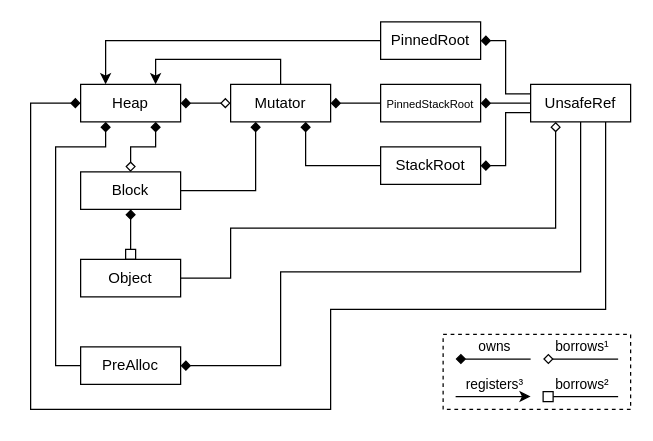
The draw.io diagram icicle-core/src/heap/diagram.drawio in zopsicle/snowflake, before the edit. Source tidied: cells renumbered, new cells numbered last; positions are measured from the earlier drawing's top-left corner, leaving out a move shared by most shapes. Both pictures are drawn from the tidied source at 125%, with x=0, y=0 at pixel (30, 21).
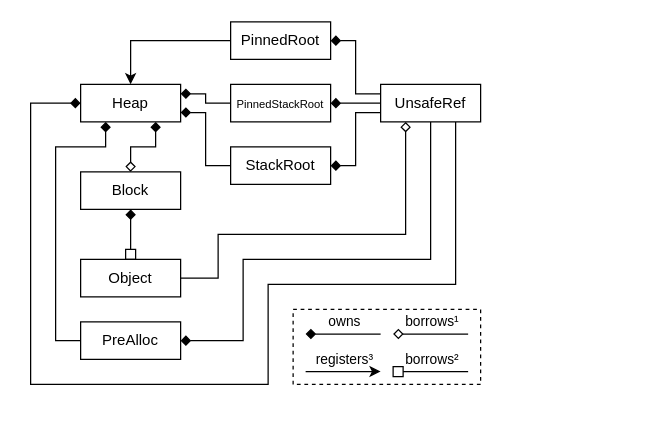
After the change.

Unchanged cells that the change refers to:
```xml
<mxCell id="2" value="Heap&lt;br&gt;" style="rounded=0;whiteSpace=wrap;html=1;align=center;verticalAlign=middle;fillColor=none;" parent="1" vertex="1">
  <mxGeometry x="40" y="50" width="80" height="30" as="geometry" />
</mxCell>
<mxCell id="14" value="Block" style="rounded=0;whiteSpace=wrap;html=1;align=center;verticalAlign=middle;fillColor=none;" parent="1" vertex="1">
  <mxGeometry x="40" y="120" width="80" height="30" as="geometry" />
</mxCell>
<mxCell id="15" value="Object" style="rounded=0;whiteSpace=wrap;html=1;align=center;verticalAlign=middle;fillColor=none;" parent="1" vertex="1">
  <mxGeometry x="40" y="190" width="80" height="30" as="geometry" />
</mxCell>
```

Diff of the diagram source:
```diff
@@
     <mxCell id="4" value="UnsafeRef" style="rounded=0;whiteSpace=wrap;html=1;align=center;verticalAlign=middle;fillColor=none;" parent="1" vertex="1">
-      <mxGeometry x="400" y="50" width="80" height="30" as="geometry" />
+      <mxGeometry x="280" y="50" width="80" height="30" as="geometry" />
     </mxCell>
     <mxCell id="5" value="PinnedRoot" style="rounded=0;whiteSpace=wrap;html=1;align=center;verticalAlign=middle;fillColor=none;" parent="1" vertex="1">
-      <mxGeometry x="280" width="80" height="30" as="geometry" />
+      <mxGeometry x="160" width="80" height="30" as="geometry" />
     </mxCell>
     <mxCell id="6" value="StackRoot" style="rounded=0;whiteSpace=wrap;html=1;align=center;verticalAlign=middle;fillColor=none;" parent="1" vertex="1">
-      <mxGeometry x="280" y="100" width="80" height="30" as="geometry" />
+      <mxGeometry x="160" y="100" width="80" height="30" as="geometry" />
     </mxCell>
@@
     <mxCell id="9" style="endArrow=none;html=1;rounded=0;elbow=vertical;entryX=1;entryY=0.5;entryDx=0;entryDy=0;startArrow=diamond;startFill=0;edgeStyle=orthogonalEdgeStyle;exitX=0.25;exitY=1;exitDx=0;exitDy=0;" parent="1" edge="1" source="4" target="15">
       <mxGeometry relative="1" as="geometry">
         <Array as="points">
-          <mxPoint x="420" y="165" />
-          <mxPoint x="160" y="165" />
-          <mxPoint x="160" y="205" />
+          <mxPoint x="300" y="170" />
+          <mxPoint x="150" y="170" />
+          <mxPoint x="150" y="205" />
         </Array>
       </mxGeometry>
     </mxCell>
-    <mxCell id="10" value="Mutator" style="rounded=0;whiteSpace=wrap;html=1;align=center;verticalAlign=middle;fillColor=none;" parent="1" vertex="1">
-      <mxGeometry x="160" y="50" width="80" height="30" as="geometry" />
-    </mxCell>
-    <mxCell id="11" style="endArrow=none;html=1;rounded=0;elbow=vertical;entryX=0;entryY=0.5;entryDx=0;entryDy=0;startArrow=diamond;startFill=1;exitX=0.75;exitY=1;exitDx=0;exitDy=0;edgeStyle=orthogonalEdgeStyle;" parent="1" edge="1" source="10" target="6">
+    <mxCell id="11" style="endArrow=none;html=1;rounded=0;elbow=vertical;entryX=0;entryY=0.5;entryDx=0;entryDy=0;startArrow=diamond;startFill=1;exitX=1;exitY=0.75;exitDx=0;exitDy=0;edgeStyle=orthogonalEdgeStyle;" parent="1" edge="1" source="2" target="6">
       <mxGeometry relative="1" as="geometry" />
     </mxCell>
-    <mxCell id="12" style="endArrow=diamond;html=1;rounded=0;elbow=vertical;entryX=0;entryY=0.5;entryDx=0;entryDy=0;startArrow=diamond;startFill=1;exitX=1;exitY=0.5;exitDx=0;exitDy=0;edgeStyle=orthogonalEdgeStyle;endFill=0;" parent="1" edge="1" source="2" target="10">
-      <mxGeometry relative="1" as="geometry" />
-    </mxCell>
-    <mxCell id="13" style="endArrow=none;html=1;rounded=0;elbow=vertical;entryX=0;entryY=0.5;entryDx=0;entryDy=0;startArrow=classic;startFill=1;exitX=0.25;exitY=0;exitDx=0;exitDy=0;edgeStyle=orthogonalEdgeStyle;endFill=0;" parent="1" edge="1" source="2" target="5">
+    <mxCell id="13" style="endArrow=none;html=1;rounded=0;elbow=vertical;entryX=0;entryY=0.5;entryDx=0;entryDy=0;startArrow=classic;startFill=1;exitX=0.5;exitY=0;exitDx=0;exitDy=0;edgeStyle=orthogonalEdgeStyle;endFill=0;" parent="1" edge="1" source="2" target="5">
       <mxGeometry relative="1" as="geometry" />
     </mxCell>
@@
-    <mxCell id="17" style="endArrow=diamond;html=1;rounded=0;elbow=vertical;entryX=0.25;entryY=1;entryDx=0;entryDy=0;startArrow=none;startFill=0;exitX=1;exitY=0.5;exitDx=0;exitDy=0;edgeStyle=orthogonalEdgeStyle;endFill=1;" parent="1" edge="1" source="14" target="10">
-      <mxGeometry relative="1" as="geometry" />
-    </mxCell>
     <mxCell id="18" style="endArrow=none;html=1;rounded=0;elbow=vertical;startArrow=diamond;startFill=1;endFill=0;" parent="1" edge="1">
       <mxGeometry relative="1" as="geometry">
-        <mxPoint x="340" y="269.7" as="sourcePoint" />
-        <mxPoint x="400" y="269.7" as="targetPoint" />
+        <mxPoint x="220" y="249.7" as="sourcePoint" />
+        <mxPoint x="280" y="249.7" as="targetPoint" />
       </mxGeometry>
     </mxCell>
@@
     <mxCell id="20" style="endArrow=none;html=1;rounded=0;elbow=vertical;startArrow=box;startFill=0;endFill=0;" parent="1" edge="1">
       <mxGeometry relative="1" as="geometry">
-        <mxPoint x="410" y="299.7" as="sourcePoint" />
-        <mxPoint x="470" y="299.7" as="targetPoint" />
+        <mxPoint x="290" y="279.7" as="sourcePoint" />
+        <mxPoint x="350" y="279.7" as="targetPoint" />
       </mxGeometry>
     </mxCell>
@@
     <mxCell id="22" style="endArrow=none;html=1;rounded=0;elbow=vertical;startArrow=diamond;startFill=0;endFill=0;" parent="1" edge="1">
       <mxGeometry relative="1" as="geometry">
-        <mxPoint x="410" y="269.7" as="sourcePoint" />
-        <mxPoint x="470" y="269.7" as="targetPoint" />
+        <mxPoint x="290" y="249.7" as="sourcePoint" />
+        <mxPoint x="350" y="249.7" as="targetPoint" />
       </mxGeometry>
     </mxCell>
@@
-    <mxCell id="24" style="endArrow=none;html=1;rounded=0;elbow=vertical;entryX=0.5;entryY=0;entryDx=0;entryDy=0;startArrow=classic;startFill=1;exitX=0.75;exitY=0;exitDx=0;exitDy=0;edgeStyle=orthogonalEdgeStyle;endFill=0;" parent="1" edge="1" source="2" target="10">
-      <mxGeometry relative="1" as="geometry">
-        <Array as="points">
-          <mxPoint x="100" y="30" />
-          <mxPoint x="200" y="30" />
-        </Array>
-      </mxGeometry>
-    </mxCell>
     <mxCell id="25" style="endArrow=classic;html=1;rounded=0;elbow=vertical;startArrow=none;startFill=0;endFill=1;" parent="1" edge="1">
       <mxGeometry relative="1" as="geometry">
-        <mxPoint x="340" y="299.7" as="sourcePoint" />
-        <mxPoint x="400" y="299.7" as="targetPoint" />
+        <mxPoint x="220" y="279.7" as="sourcePoint" />
+        <mxPoint x="280" y="279.7" as="targetPoint" />
       </mxGeometry>
     </mxCell>
@@
     <mxCell id="27" value="PreAlloc" style="rounded=0;whiteSpace=wrap;html=1;align=center;verticalAlign=middle;fillColor=none;" parent="1" vertex="1">
-      <mxGeometry x="40" y="260" width="80" height="30" as="geometry" />
+      <mxGeometry x="40" y="240" width="80" height="30" as="geometry" />
     </mxCell>
     <mxCell id="28" style="endArrow=none;html=1;rounded=0;elbow=vertical;entryX=0.5;entryY=1;entryDx=0;entryDy=0;startArrow=diamond;startFill=1;exitX=1;exitY=0.5;exitDx=0;exitDy=0;edgeStyle=orthogonalEdgeStyle;" parent="1" edge="1" source="27" target="4">
       <mxGeometry relative="1" as="geometry">
         <Array as="points">
-          <mxPoint x="200" y="275" />
-          <mxPoint x="200" y="200" />
-          <mxPoint x="440" y="200" />
+          <mxPoint x="170" y="255" />
+          <mxPoint x="170" y="190" />
+          <mxPoint x="320" y="190" />
         </Array>
       </mxGeometry>
     </mxCell>
     <mxCell id="29" style="endArrow=none;html=1;rounded=0;elbow=vertical;entryX=0;entryY=0.5;entryDx=0;entryDy=0;startArrow=diamond;startFill=1;edgeStyle=orthogonalEdgeStyle;endFill=0;exitX=0.25;exitY=1;exitDx=0;exitDy=0;" parent="1" edge="1" source="2" target="27">
       <mxGeometry relative="1" as="geometry">
         <Array as="points">
           <mxPoint x="60" y="100" />
           <mxPoint x="20" y="100" />
-          <mxPoint x="20" y="275" />
+          <mxPoint x="20" y="255" />
         </Array>
       </mxGeometry>
     </mxCell>
     <mxCell id="30" style="rounded=0;whiteSpace=wrap;html=1;fillColor=none;dashed=1;" parent="1" vertex="1">
-      <mxGeometry x="330" y="250" width="150" height="60" as="geometry" />
+      <mxGeometry x="210" y="230" width="150" height="60" as="geometry" />
     </mxCell>
     <mxCell id="31" style="endArrow=none;html=1;rounded=0;elbow=vertical;entryX=0.75;entryY=1;entryDx=0;entryDy=0;startArrow=diamond;startFill=1;exitX=0;exitY=0.5;exitDx=0;exitDy=0;edgeStyle=orthogonalEdgeStyle;" parent="1" edge="1" source="2" target="4">
       <mxGeometry relative="1" as="geometry">
         <Array as="points">
           <mxPoint y="65" />
-          <mxPoint y="310" />
-          <mxPoint x="240" y="310" />
-          <mxPoint x="240" y="230" />
-          <mxPoint x="460" y="230" />
+          <mxPoint y="290" />
+          <mxPoint x="190" y="290" />
+          <mxPoint x="190" y="210" />
+          <mxPoint x="340" y="210" />
         </Array>
       </mxGeometry>
     </mxCell>
     <mxCell id="32" value="&lt;font style=&quot;font-size: 9px&quot;&gt;PinnedStackRoot&lt;/font&gt;" style="rounded=0;whiteSpace=wrap;html=1;align=center;verticalAlign=middle;fillColor=none;" parent="1" vertex="1">
-      <mxGeometry x="280" y="50" width="80" height="30" as="geometry" />
+      <mxGeometry x="160" y="50" width="80" height="30" as="geometry" />
     </mxCell>
@@
-    <mxCell id="34" style="endArrow=none;html=1;rounded=0;elbow=vertical;entryX=0;entryY=0.5;entryDx=0;entryDy=0;startArrow=diamond;startFill=1;exitX=1;exitY=0.5;exitDx=0;exitDy=0;edgeStyle=orthogonalEdgeStyle;" parent="1" edge="1" source="10" target="32">
+    <mxCell id="34" style="endArrow=none;html=1;rounded=0;elbow=vertical;entryX=0;entryY=0.5;entryDx=0;entryDy=0;startArrow=diamond;startFill=1;exitX=1;exitY=0.25;exitDx=0;exitDy=0;edgeStyle=orthogonalEdgeStyle;" parent="1" edge="1" source="2" target="32">
       <mxGeometry relative="1" as="geometry" />
     </mxCell>
```
